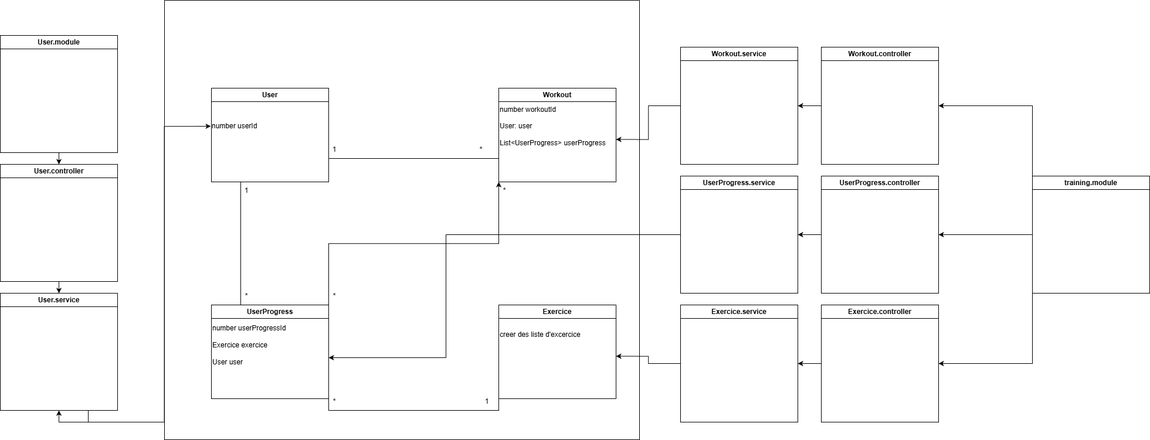
1880160/Projet_workout_wiki keeps this draw.io diagram as docs/Diagrams/ImageRenditions/SystemDiagram.png. Above is the earlier version. Source tidied: cells renumbered, new cells last; positions are measured from the earlier drawing's top-left corner, leaving out a move shared by most shapes.
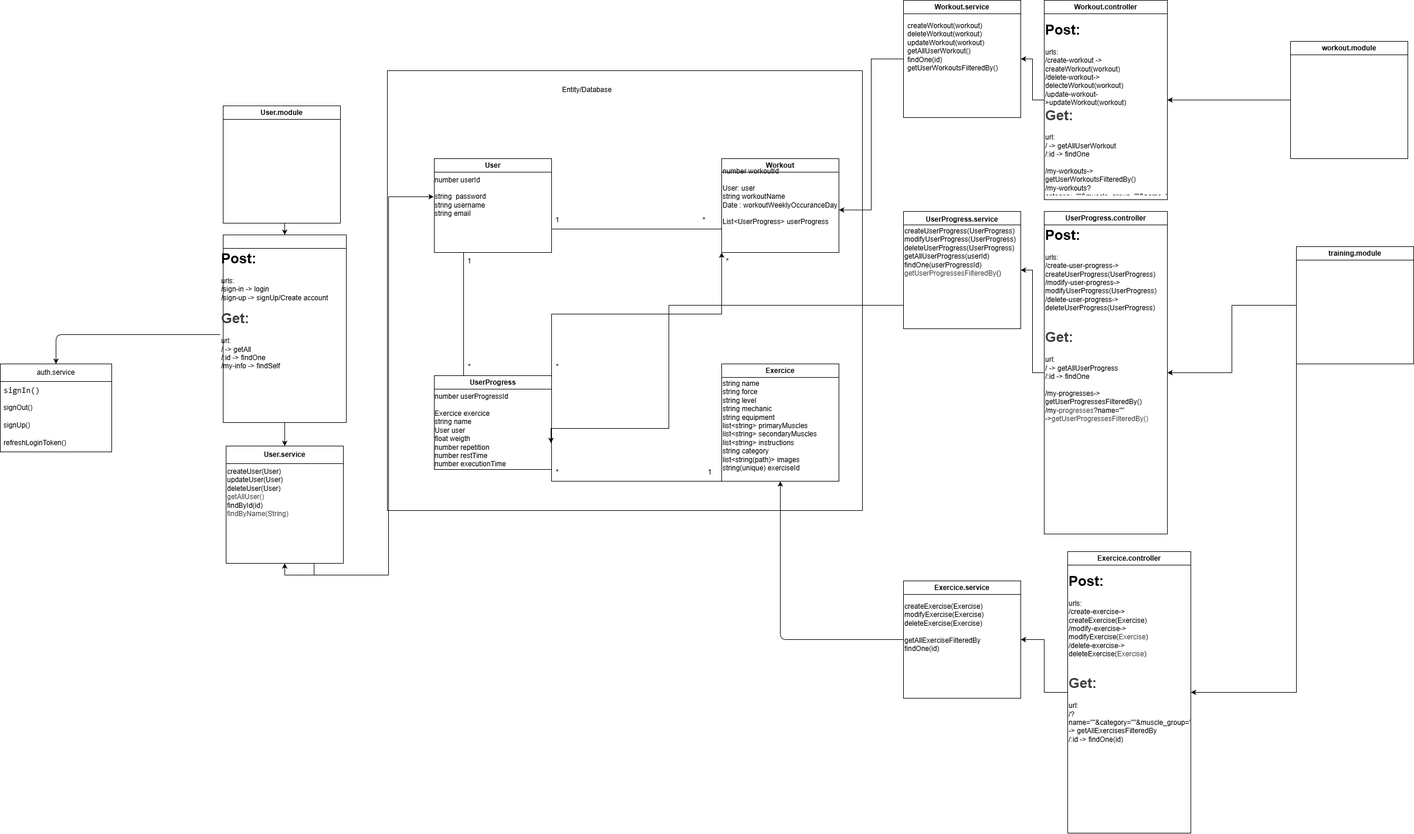
After the commit.

Commit message:
update backend system diagram to complete version

Change to the diagram source:
```diff
@@ -8,7 +8,7 @@
     <mxCell id="3" value="User" style="swimlane;whiteSpace=wrap;html=1;" parent="1" vertex="1">
       <mxGeometry x="360" y="150" width="200" height="160" as="geometry" />
     </mxCell>
-    <mxCell id="4" value="number userId" style="text;html=1;whiteSpace=wrap;strokeColor=none;fillColor=none;align=left;verticalAlign=middle;rounded=0;" parent="3" vertex="1">
+    <mxCell id="4" value="number userId&lt;div&gt;&lt;br&gt;&lt;/div&gt;&lt;div&gt;string&amp;nbsp; password&lt;/div&gt;&lt;div&gt;string username&lt;/div&gt;&lt;div&gt;string email&lt;/div&gt;" style="text;html=1;whiteSpace=wrap;strokeColor=none;fillColor=none;align=left;verticalAlign=middle;rounded=0;" parent="3" vertex="1">
       <mxGeometry x="-1" y="20" width="200" height="90" as="geometry" />
     </mxCell>
     <mxCell id="5" style="edgeStyle=orthogonalEdgeStyle;rounded=0;jettySize=auto;html=1;exitX=0;exitY=0.75;exitDx=0;exitDy=0;entryX=1;entryY=0.75;entryDx=0;entryDy=0;endArrow=none;endFill=0;" parent="1" edge="1" source="6" target="3">
@@ -26,15 +26,6 @@
     <mxCell id="9" value="UserProgress" style="swimlane;whiteSpace=wrap;html=1;" parent="1" vertex="1">
       <mxGeometry x="360" y="520" width="200" height="160" as="geometry" />
     </mxCell>
-    <mxCell id="10" value="number userProgressId&lt;div&gt;&lt;br&gt;&lt;/div&gt;&lt;div&gt;Exercice exercice&lt;/div&gt;&lt;div&gt;&lt;br&gt;&lt;/div&gt;&lt;div&gt;User user&lt;/div&gt;&lt;div&gt;&lt;br&gt;&lt;/div&gt;&lt;div&gt;&lt;br&gt;&lt;/div&gt;&lt;div&gt;&lt;br&gt;&lt;/div&gt;" style="text;html=1;whiteSpace=wrap;strokeColor=none;fillColor=none;align=left;verticalAlign=middle;rounded=0;" parent="9" vertex="1">
-      <mxGeometry y="20" width="200" height="140" as="geometry" />
-    </mxCell>
-    <mxCell id="11" value="Exercice" style="swimlane;whiteSpace=wrap;html=1;" parent="1" vertex="1">
-      <mxGeometry x="850" y="520" width="200" height="160" as="geometry" />
-    </mxCell>
-    <mxCell id="12" value="creer des liste d'excercice&#10;&#10;" style="text;html=1;whiteSpace=wrap;strokeColor=none;fillColor=none;align=left;verticalAlign=middle;rounded=0;" parent="11" vertex="1">
-      <mxGeometry y="20" width="200" height="90" as="geometry" />
-    </mxCell>
     <mxCell id="13" value="*" style="text;html=1;whiteSpace=wrap;strokeColor=none;fillColor=none;align=center;verticalAlign=middle;rounded=0;" parent="1" vertex="1">
       <mxGeometry x="540" y="670" width="60" height="30" as="geometry" />
     </mxCell>
@@ -65,9 +56,6 @@
     <mxCell id="22" value="User.module" style="swimlane;whiteSpace=wrap;html=1;" parent="1" vertex="1">
       <mxGeometry y="60" width="200" height="200" as="geometry" />
     </mxCell>
-    <mxCell id="23" style="edgeStyle=orthogonalEdgeStyle;rounded=0;jettySize=auto;html=1;exitX=0;exitY=0;exitDx=0;exitDy=0;entryX=1;entryY=0.5;entryDx=0;entryDy=0;" parent="1" edge="1" source="26" target="33">
-      <mxGeometry relative="1" as="geometry" />
-    </mxCell>
     <mxCell id="24" style="edgeStyle=orthogonalEdgeStyle;rounded=0;jettySize=auto;html=1;exitX=0;exitY=0.5;exitDx=0;exitDy=0;entryX=1;entryY=0.5;entryDx=0;entryDy=0;" parent="1" edge="1" source="26" target="35">
       <mxGeometry relative="1" as="geometry" />
     </mxCell>
@@ -75,20 +63,26 @@
       <mxGeometry relative="1" as="geometry" />
     </mxCell>
     <mxCell id="26" value="&lt;div&gt;training.module&lt;/div&gt;" style="swimlane;whiteSpace=wrap;html=1;" parent="1" vertex="1">
-      <mxGeometry x="1760" y="300" width="200" height="200" as="geometry" />
+      <mxGeometry x="1830" y="300" width="200" height="200" as="geometry" />
     </mxCell>
     <mxCell id="27" style="edgeStyle=orthogonalEdgeStyle;rounded=0;jettySize=auto;html=1;exitX=0.5;exitY=1;exitDx=0;exitDy=0;entryX=0.5;entryY=0;entryDx=0;entryDy=0;" parent="1" edge="1" source="28" target="30">
       <mxGeometry relative="1" as="geometry" />
     </mxCell>
-    <mxCell id="28" value="User.controller" style="swimlane;whiteSpace=wrap;html=1;" parent="1" vertex="1">
-      <mxGeometry y="280" width="200" height="200" as="geometry" />
+    <mxCell id="28" style="swimlane;whiteSpace=wrap;html=1;" parent="1" vertex="1">
+      <mxGeometry y="280" width="210" height="320" as="geometry" />
     </mxCell>
+    <mxCell id="46" value="&lt;h1 style=&quot;margin-top: 0px;&quot;&gt;Post:&lt;/h1&gt;&lt;div&gt;urls:&amp;nbsp;&lt;/div&gt;&lt;div&gt;/sign-in -&amp;gt; login&lt;/div&gt;&lt;div&gt;/sign-up -&amp;gt; signUp/Create account&lt;/div&gt;&lt;div&gt;&lt;br&gt;&lt;/div&gt;&lt;div&gt;&lt;h1 style=&quot;color: rgb(63, 63, 63); scrollbar-color: rgb(226, 226, 226) rgb(251, 251, 251); margin-top: 0px;&quot;&gt;Get:&lt;/h1&gt;&lt;/div&gt;&lt;div&gt;url:&lt;/div&gt;&lt;div&gt;/ -&amp;gt; getAll&lt;/div&gt;&lt;div&gt;/:id -&amp;gt; findOne&lt;/div&gt;&lt;div&gt;/my-info -&amp;gt; findSelf&lt;/div&gt;" style="text;html=1;whiteSpace=wrap;overflow=hidden;rounded=0;" parent="28" vertex="1">
+      <mxGeometry x="-5" y="20" width="210" height="300" as="geometry" />
+    </mxCell>
     <mxCell id="29" style="edgeStyle=orthogonalEdgeStyle;rounded=0;jettySize=auto;html=1;exitX=0.75;exitY=1;exitDx=0;exitDy=0;entryX=0;entryY=0.5;entryDx=0;entryDy=0;" parent="1" edge="1" source="30" target="4">
       <mxGeometry relative="1" as="geometry" />
     </mxCell>
-    <mxCell id="30" value="User.service" style="swimlane;whiteSpace=wrap;html=1;" parent="1" vertex="1">
-      <mxGeometry y="500" width="200" height="200" as="geometry" />
+    <mxCell id="30" value="User.service" style="swimlane;whiteSpace=wrap;html=1;startSize=30;" parent="1" vertex="1">
+      <mxGeometry x="5" y="640" width="200" height="200" as="geometry" />
     </mxCell>
+    <mxCell id="47" value="createUser(User)&lt;div&gt;&lt;font color=&quot;#000000&quot;&gt;updateUser(User)&lt;/font&gt;&lt;/div&gt;&lt;div&gt;&lt;font color=&quot;#000000&quot;&gt;deleteUser(User)&lt;/font&gt;&lt;/div&gt;&lt;div&gt;&lt;div style=&quot;color: rgb(63, 63, 63); scrollbar-color: rgb(226, 226, 226) rgb(251, 251, 251);&quot;&gt;getAllUser()&lt;/div&gt;&lt;div&gt;findById(id)&lt;/div&gt;&lt;div&gt;&lt;span style=&quot;color: rgb(63, 63, 63); background-color: transparent;&quot;&gt;findByName(String)&lt;/span&gt;&lt;/div&gt;&lt;div&gt;&lt;br&gt;&lt;/div&gt;&lt;/div&gt;" style="text;html=1;align=left;verticalAlign=top;whiteSpace=wrap;rounded=0;" parent="30" vertex="1">
+      <mxGeometry y="30" width="200" height="170" as="geometry" />
+    </mxCell>
     <mxCell id="31" style="edgeStyle=orthogonalEdgeStyle;rounded=0;orthogonalLoop=1;jettySize=auto;html=1;exitX=0.75;exitY=1;exitDx=0;exitDy=0;entryX=0.5;entryY=1;entryDx=0;entryDy=0;" parent="1" edge="1" source="30" target="30">
       <mxGeometry relative="1" as="geometry" />
     </mxCell>
@@ -96,26 +90,38 @@
       <mxGeometry relative="1" as="geometry" />
     </mxCell>
     <mxCell id="33" value="&lt;div&gt;Workout.controller&lt;/div&gt;" style="swimlane;whiteSpace=wrap;html=1;" parent="1" vertex="1">
-      <mxGeometry x="1400" y="80" width="200" height="200" as="geometry" />
+      <mxGeometry x="1400" y="-120" width="210" height="340" as="geometry" />
     </mxCell>
+    <mxCell id="48" value="&lt;h1 style=&quot;margin-top: 0px;&quot;&gt;Post:&lt;/h1&gt;&lt;div&gt;urls:&amp;nbsp;&lt;/div&gt;&lt;div&gt;/create-workout -&amp;gt; createWorkout(workout)&lt;/div&gt;&lt;div&gt;/delete-workout-&amp;gt;&lt;/div&gt;&lt;div&gt;delecteWorkout(workout)&lt;/div&gt;&lt;div&gt;/update-workout-&amp;gt;updateWorkout(workout)&lt;/div&gt;&lt;div&gt;&lt;h1 style=&quot;color: rgb(63, 63, 63); scrollbar-color: rgb(226, 226, 226) rgb(251, 251, 251); margin-top: 0px;&quot;&gt;Get:&lt;/h1&gt;&lt;/div&gt;&lt;div&gt;url:&lt;/div&gt;&lt;div&gt;/ -&amp;gt; getAllUserWorkout&lt;/div&gt;&lt;div&gt;/:id -&amp;gt; findOne&lt;/div&gt;&lt;div&gt;&lt;br&gt;&lt;/div&gt;&lt;div&gt;/my-workouts-&amp;gt; getUserWorkoutsFilteredBy()&lt;/div&gt;&lt;div&gt;/my-workouts?category=&quot;&quot;&amp;amp;muscle_group=&quot;&quot;&amp;amp;name=&quot;&quot;&lt;/div&gt;&lt;div&gt;-&amp;gt;&lt;span style=&quot;color: rgb(63, 63, 63); background-color: transparent;&quot;&gt;getUserWorkoutsFilteredBy()&lt;/span&gt;&lt;/div&gt;" style="text;html=1;whiteSpace=wrap;overflow=hidden;rounded=0;" parent="33" vertex="1">
+      <mxGeometry y="30" width="210" height="300" as="geometry" />
+    </mxCell>
     <mxCell id="34" style="edgeStyle=orthogonalEdgeStyle;rounded=0;jettySize=auto;html=1;exitX=0;exitY=0.5;exitDx=0;exitDy=0;entryX=1;entryY=0.5;entryDx=0;entryDy=0;" parent="1" edge="1" source="35" target="41">
       <mxGeometry relative="1" as="geometry" />
     </mxCell>
     <mxCell id="35" value="&lt;div&gt;UserProgress.controller&lt;/div&gt;" style="swimlane;whiteSpace=wrap;html=1;" parent="1" vertex="1">
-      <mxGeometry x="1400" y="300" width="200" height="200" as="geometry" />
+      <mxGeometry x="1400" y="240" width="210" height="550" as="geometry" />
     </mxCell>
+    <mxCell id="49" value="&lt;h1 style=&quot;margin-top: 0px;&quot;&gt;Post:&lt;/h1&gt;&lt;div&gt;urls:&amp;nbsp;&lt;/div&gt;&lt;div&gt;/create-user-progress-&amp;gt; createUserProgress(UserProgress)&lt;/div&gt;&lt;div&gt;/modify-user-progress-&amp;gt;&lt;/div&gt;&lt;div&gt;modifyUserProgress(UserProgress)&lt;/div&gt;&lt;div&gt;/delete-user-progress-&amp;gt;&lt;/div&gt;&lt;div&gt;deleteUserProgress(UserProgress)&lt;/div&gt;&lt;div&gt;&lt;br&gt;&lt;/div&gt;&lt;div&gt;&lt;br&gt;&lt;/div&gt;&lt;div&gt;&lt;h1 style=&quot;color: rgb(63, 63, 63); scrollbar-color: rgb(226, 226, 226) rgb(251, 251, 251); margin-top: 0px;&quot;&gt;Get:&lt;/h1&gt;&lt;/div&gt;&lt;div&gt;url:&lt;/div&gt;&lt;div&gt;/ -&amp;gt; getAllUserProgress&lt;/div&gt;&lt;div&gt;/:id -&amp;gt; findOne&lt;/div&gt;&lt;div&gt;&lt;br&gt;&lt;/div&gt;&lt;div&gt;/my-progresses-&amp;gt; getUserProgressesFilteredBy()&lt;/div&gt;&lt;div&gt;/my-&lt;span style=&quot;color: rgb(63, 63, 63);&quot;&gt;progresses&lt;/span&gt;?name=&quot;&quot;&lt;/div&gt;&lt;div&gt;-&amp;gt;&lt;span style=&quot;color: rgb(63, 63, 63); background-color: transparent;&quot;&gt;&lt;span style=&quot;color: rgb(63, 63, 63);&quot;&gt;getUserProgressesFilteredBy&lt;/span&gt;()&lt;/span&gt;&lt;/div&gt;" style="text;html=1;whiteSpace=wrap;overflow=hidden;rounded=0;" parent="35" vertex="1">
+      <mxGeometry y="20" width="210" height="530" as="geometry" />
+    </mxCell>
     <mxCell id="36" style="edgeStyle=orthogonalEdgeStyle;rounded=0;jettySize=auto;html=1;exitX=0;exitY=0.5;exitDx=0;exitDy=0;entryX=1;entryY=0.5;entryDx=0;entryDy=0;" parent="1" edge="1" source="37" target="43">
       <mxGeometry relative="1" as="geometry" />
     </mxCell>
     <mxCell id="37" value="Exercice.controller" style="swimlane;whiteSpace=wrap;html=1;" parent="1" vertex="1">
-      <mxGeometry x="1400" y="520" width="200" height="200" as="geometry" />
+      <mxGeometry x="1440" y="820" width="210" height="480" as="geometry" />
     </mxCell>
+    <mxCell id="50" value="&lt;h1 style=&quot;margin-top: 0px;&quot;&gt;Post:&lt;/h1&gt;&lt;div&gt;urls:&amp;nbsp;&lt;/div&gt;&lt;div&gt;/create-exercise-&amp;gt; createExercise(Exercise)&lt;/div&gt;&lt;div&gt;/modify-exercise-&amp;gt;&lt;/div&gt;&lt;div&gt;modifyExercise(&lt;span style=&quot;color: rgb(63, 63, 63);&quot;&gt;Exercise&lt;/span&gt;)&lt;/div&gt;&lt;div&gt;/delete-exercise-&amp;gt;&lt;/div&gt;&lt;div&gt;deleteExercise(&lt;span style=&quot;color: rgb(63, 63, 63);&quot;&gt;Exercise&lt;/span&gt;)&lt;/div&gt;&lt;div&gt;&lt;br&gt;&lt;/div&gt;&lt;div&gt;&lt;br&gt;&lt;/div&gt;&lt;div&gt;&lt;h1 style=&quot;color: rgb(63, 63, 63); scrollbar-color: rgb(226, 226, 226) rgb(251, 251, 251); margin-top: 0px;&quot;&gt;Get:&lt;/h1&gt;&lt;/div&gt;&lt;div&gt;url:&lt;/div&gt;&lt;div&gt;/?name=&quot;&quot;&amp;amp;category=&quot;&quot;&amp;amp;muscle_group=&quot;&quot; -&amp;gt; getAllExercisesFilteredBy&lt;/div&gt;&lt;div&gt;/:id -&amp;gt; findOne(id)&lt;/div&gt;&lt;div&gt;&lt;br&gt;&lt;/div&gt;&lt;div&gt;&lt;br&gt;&lt;/div&gt;" style="text;html=1;whiteSpace=wrap;overflow=hidden;rounded=0;" parent="37" vertex="1">
+      <mxGeometry y="30" width="210" height="360" as="geometry" />
+    </mxCell>
     <mxCell id="38" style="edgeStyle=orthogonalEdgeStyle;rounded=0;jettySize=auto;html=1;exitX=0;exitY=0.5;exitDx=0;exitDy=0;entryX=1;entryY=0.75;entryDx=0;entryDy=0;" parent="1" edge="1" source="39" target="45">
       <mxGeometry relative="1" as="geometry" />
     </mxCell>
     <mxCell id="39" value="&lt;div&gt;Workout.service&lt;/div&gt;" style="swimlane;whiteSpace=wrap;html=1;" parent="1" vertex="1">
-      <mxGeometry x="1160" y="80" width="200" height="200" as="geometry" />
+      <mxGeometry x="1160" y="-120" width="200" height="200" as="geometry" />
     </mxCell>
+    <mxCell id="51" value="createWorkout(workout)&lt;div&gt;&lt;font color=&quot;#000000&quot;&gt;deleteWorkout(workout)&lt;/font&gt;&lt;/div&gt;&lt;div&gt;&lt;font color=&quot;#000000&quot;&gt;updateWorkout(workout)&lt;br&gt;&lt;/font&gt;&lt;div&gt;getAllUserWorkout()&lt;/div&gt;&lt;div&gt;findOne(id)&lt;/div&gt;&lt;div&gt;getUserWorkoutsFilteredBy()&lt;/div&gt;&lt;div&gt;&lt;br&gt;&lt;/div&gt;&lt;/div&gt;" style="text;html=1;align=left;verticalAlign=top;whiteSpace=wrap;rounded=0;" parent="39" vertex="1">
+      <mxGeometry x="5" y="30" width="190" height="170" as="geometry" />
+    </mxCell>
     <mxCell id="40" style="edgeStyle=orthogonalEdgeStyle;rounded=0;jettySize=auto;html=1;exitX=0;exitY=0.5;exitDx=0;exitDy=0;entryX=1;entryY=0.5;entryDx=0;entryDy=0;" parent="1" edge="1" source="41" target="10">
       <mxGeometry relative="1" as="geometry">
         <Array as="points">
@@ -124,20 +130,70 @@
         </Array>
       </mxGeometry>
     </mxCell>
-    <mxCell id="41" value="&lt;div&gt;UserProgress.service&lt;/div&gt;" style="swimlane;whiteSpace=wrap;html=1;" parent="1" vertex="1">
-      <mxGeometry x="1160" y="300" width="200" height="200" as="geometry" />
+    <mxCell id="41" value="&lt;div&gt;UserProgress.service&lt;/div&gt;" style="swimlane;whiteSpace=wrap;html=1;verticalAlign=top;" parent="1" vertex="1">
+      <mxGeometry x="1160" y="240" width="200" height="200" as="geometry" />
     </mxCell>
-    <mxCell id="42" style="edgeStyle=orthogonalEdgeStyle;rounded=0;jettySize=auto;html=1;exitX=0;exitY=0.5;exitDx=0;exitDy=0;entryX=1;entryY=0.75;entryDx=0;entryDy=0;" parent="1" edge="1" source="43" target="12">
-      <mxGeometry relative="1" as="geometry" />
-    </mxCell>
+    <mxCell id="52" value="createUserProgress(UserProgress)&lt;div&gt;modifyUserProgress(UserProgress)&lt;/div&gt;&lt;div&gt;deleteUserProgress(UserProgress)&lt;/div&gt;&lt;div&gt;getAllUserProgress(userId)&lt;/div&gt;&lt;div&gt;findOne(userProgressId)&lt;/div&gt;&lt;div&gt;&lt;span style=&quot;color: rgb(63, 63, 63); background-color: transparent;&quot;&gt;getUserProgressesFilteredBy&lt;/span&gt;()&lt;/div&gt;&lt;div&gt;&lt;br&gt;&lt;/div&gt;&lt;div&gt;&lt;br&gt;&lt;/div&gt;" style="text;html=1;align=left;verticalAlign=top;whiteSpace=wrap;rounded=0;" parent="41" vertex="1">
+      <mxGeometry y="20" width="200" height="180" as="geometry" />
+    </mxCell>
+    <mxCell id="53" style="edgeStyle=none;html=1;entryX=0.5;entryY=1;entryDx=0;entryDy=0;" parent="1" edge="1" source="43" target="11">
+      <mxGeometry relative="1" as="geometry">
+        <Array as="points">
+          <mxPoint x="950" y="970" />
+        </Array>
+      </mxGeometry>
+    </mxCell>
     <mxCell id="43" value="Exercice.service" style="swimlane;whiteSpace=wrap;html=1;" parent="1" vertex="1">
-      <mxGeometry x="1160" y="520" width="200" height="200" as="geometry" />
+      <mxGeometry x="1160" y="870" width="200" height="200" as="geometry" />
     </mxCell>
+    <mxCell id="54" value="createExercise(Exercise)&lt;div&gt;modifyExercise(Exercise)&lt;/div&gt;&lt;div&gt;deleteExercise(Exercise)&lt;/div&gt;&lt;div&gt;&lt;br&gt;&lt;/div&gt;&lt;div&gt;getAllExerciseFilteredBy&lt;/div&gt;&lt;div&gt;findOne(id)&lt;/div&gt;" style="text;html=1;align=left;verticalAlign=top;whiteSpace=wrap;rounded=0;" parent="43" vertex="1">
+      <mxGeometry y="30" width="200" height="170" as="geometry" />
+    </mxCell>
     <mxCell id="44" style="swimlane;startSize=0;" parent="1" vertex="1">
       <mxGeometry x="280" width="810" height="750" as="geometry" />
     </mxCell>
-    <mxCell id="45" value="&lt;div&gt;number workoutId&lt;/div&gt;&lt;div&gt;&lt;br&gt;&lt;/div&gt;&lt;div&gt;User: user&lt;/div&gt;&lt;div&gt;&lt;br&gt;&lt;/div&gt;&lt;div&gt;List&amp;lt;UserProgress&amp;gt; userProgress&lt;/div&gt;" style="text;html=1;whiteSpace=wrap;strokeColor=none;fillColor=none;align=left;verticalAlign=middle;rounded=0;" parent="44" vertex="1">
+    <mxCell id="45" value="&lt;div&gt;number workoutId&lt;/div&gt;&lt;div&gt;&lt;br&gt;&lt;/div&gt;&lt;div&gt;User: user&lt;/div&gt;&lt;div&gt;string workoutName&lt;/div&gt;&lt;div&gt;Date : workoutWeeklyOccuranceDay&lt;/div&gt;&lt;div&gt;&lt;br&gt;&lt;/div&gt;&lt;div&gt;List&amp;lt;UserProgress&amp;gt; userProgress&lt;/div&gt;" style="text;html=1;whiteSpace=wrap;strokeColor=none;fillColor=none;align=left;verticalAlign=middle;rounded=0;" parent="44" vertex="1">
       <mxGeometry x="570" y="170" width="200" height="90" as="geometry" />
     </mxCell>
+    <mxCell id="10" value="number userProgressId&lt;div&gt;&lt;br&gt;&lt;/div&gt;&lt;div&gt;Exercice exercice&lt;/div&gt;&lt;div&gt;string name&lt;/div&gt;&lt;div&gt;User user&lt;/div&gt;&lt;div&gt;float weigth&lt;/div&gt;&lt;div&gt;number repetition&lt;/div&gt;&lt;div&gt;number restTime&lt;/div&gt;&lt;div&gt;number executionTime&lt;/div&gt;&lt;div&gt;&lt;br&gt;&lt;/div&gt;&lt;div&gt;&lt;br&gt;&lt;/div&gt;&lt;div&gt;&lt;br&gt;&lt;/div&gt;" style="text;html=1;whiteSpace=wrap;strokeColor=none;fillColor=none;align=left;verticalAlign=middle;rounded=0;" parent="44" vertex="1">
+      <mxGeometry x="79" y="570" width="200" height="130" as="geometry" />
+    </mxCell>
+    <mxCell id="11" value="Exercice" style="swimlane;whiteSpace=wrap;html=1;" parent="44" vertex="1">
+      <mxGeometry x="570" y="500" width="200" height="200" as="geometry" />
+    </mxCell>
+    <mxCell id="55" value="string name&lt;div&gt;string force&lt;/div&gt;&lt;div&gt;string level&lt;/div&gt;&lt;div&gt;string mechanic&lt;/div&gt;&lt;div&gt;string equipment&lt;/div&gt;&lt;div&gt;list&amp;lt;string&amp;gt; primaryMuscles&lt;/div&gt;&lt;div&gt;list&amp;lt;string&amp;gt; secondaryMuscles&lt;/div&gt;&lt;div&gt;list&amp;lt;string&amp;gt; instructions&lt;/div&gt;&lt;div&gt;string category&lt;/div&gt;&lt;div&gt;list&amp;lt;string(path)&amp;gt; images&lt;/div&gt;&lt;div&gt;string(unique) exerciseId&lt;/div&gt;" style="text;html=1;align=left;verticalAlign=top;whiteSpace=wrap;rounded=0;" parent="11" vertex="1">
+      <mxGeometry y="20" width="200" height="140" as="geometry" />
+    </mxCell>
+    <mxCell id="56" value="Entity/Database" style="text;html=1;align=center;verticalAlign=middle;strokeColor=none;fillColor=none;" parent="1" vertex="1">
+      <mxGeometry x="565" y="18" width="110" height="30" as="geometry" />
+    </mxCell>
+    <mxCell id="57" style="edgeStyle=none;html=1;entryX=1;entryY=0.5;entryDx=0;entryDy=0;" parent="1" edge="1" source="58" target="33">
+      <mxGeometry relative="1" as="geometry" />
+    </mxCell>
+    <mxCell id="58" value="&lt;div&gt;workout.module&lt;/div&gt;" style="swimlane;whiteSpace=wrap;html=1;" parent="1" vertex="1">
+      <mxGeometry x="1820" y="-50" width="200" height="200" as="geometry" />
+    </mxCell>
+    <mxCell id="59" value="auth.service" style="swimlane;fontStyle=0;horizontal=1;startSize=30;whiteSpace=wrap;html=1;" parent="1" vertex="1">
+      <mxGeometry x="-380" y="500" width="190" height="150" as="geometry" />
+    </mxCell>
+    <mxCell id="60" value="&lt;div style=&quot;font-family: Consolas, &amp;quot;Courier New&amp;quot;, monospace; font-size: 14px; line-height: 19px; white-space: pre;&quot;&gt;&lt;span&gt;&lt;font style=&quot;color: rgb(0, 0, 0);&quot;&gt;signIn()&lt;/font&gt;&lt;/span&gt;&lt;/div&gt;" style="text;strokeColor=none;fillColor=none;align=left;verticalAlign=middle;spacingLeft=4;spacingRight=4;overflow=hidden;whiteSpace=wrap;html=1;" parent="59" vertex="1">
+      <mxGeometry y="30" width="190" height="30" as="geometry" />
+    </mxCell>
+    <mxCell id="61" value="signOut()" style="text;strokeColor=none;fillColor=none;align=left;verticalAlign=middle;spacingLeft=4;spacingRight=4;overflow=hidden;whiteSpace=wrap;html=1;" parent="59" vertex="1">
+      <mxGeometry y="60" width="190" height="30" as="geometry" />
+    </mxCell>
+    <mxCell id="62" value="signUp()" style="text;strokeColor=none;fillColor=none;align=left;verticalAlign=middle;spacingLeft=4;spacingRight=4;overflow=hidden;whiteSpace=wrap;html=1;" parent="59" vertex="1">
+      <mxGeometry y="90" width="190" height="30" as="geometry" />
+    </mxCell>
+    <mxCell id="63" value="refreshLoginToken()" style="text;strokeColor=none;fillColor=none;align=left;verticalAlign=middle;spacingLeft=4;spacingRight=4;overflow=hidden;whiteSpace=wrap;html=1;" parent="59" vertex="1">
+      <mxGeometry y="120" width="190" height="30" as="geometry" />
+    </mxCell>
+    <mxCell id="64" style="edgeStyle=none;html=1;entryX=0.5;entryY=0;entryDx=0;entryDy=0;" parent="1" edge="1" source="46" target="59">
+      <mxGeometry relative="1" as="geometry">
+        <Array as="points">
+          <mxPoint x="-285" y="450" />
+        </Array>
+      </mxGeometry>
+    </mxCell>
   </root>
 </mxGraphModel>
```
